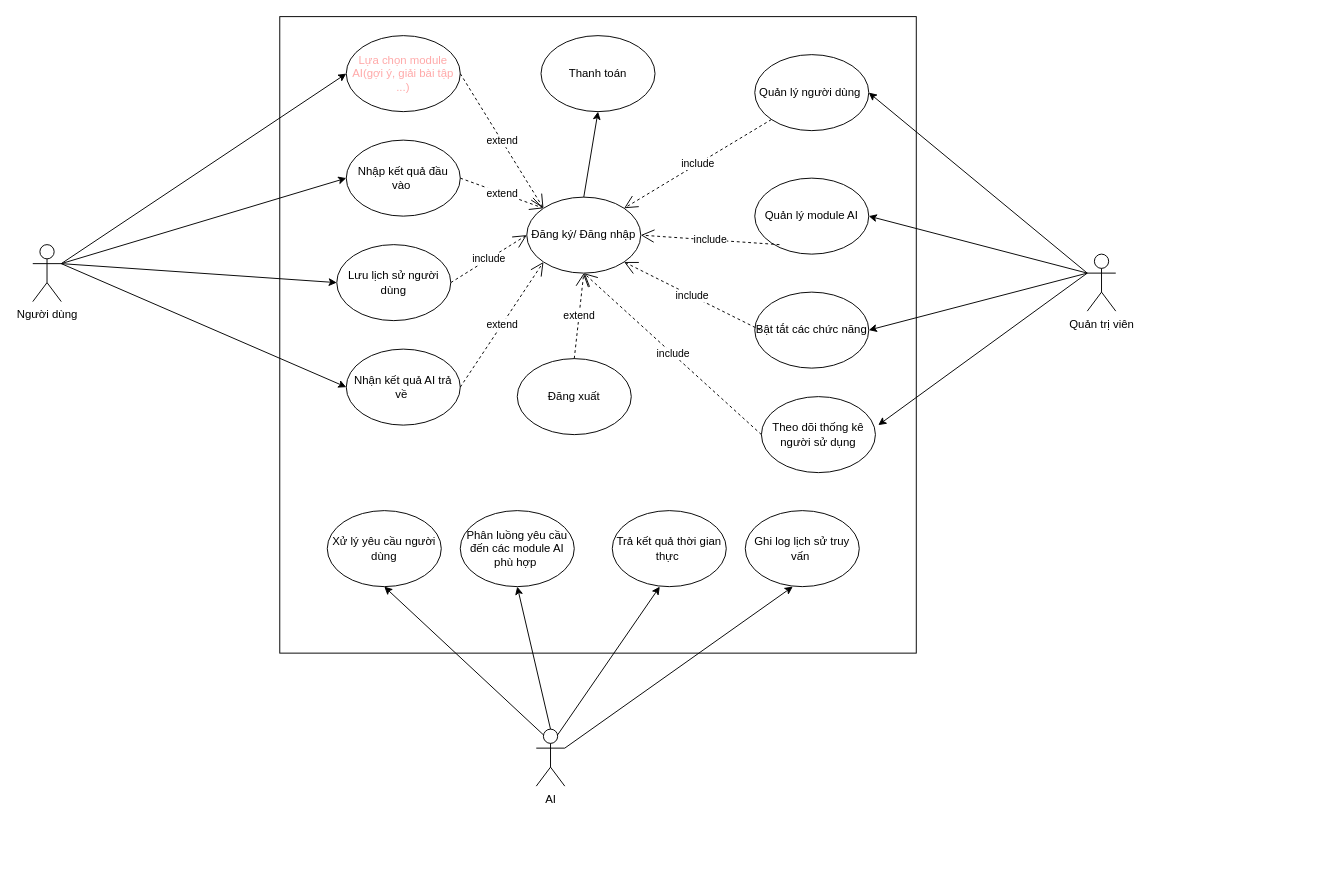
Earlier version of the draw.io diagram Recommendation_System.drawio (sjsjsmsmsj/Recommendation_System). Source tidied: cells renumbered, new cells numbered last; positions are measured from the earlier drawing's top-left corner, leaving out a move shared by most shapes. Both pictures are drawn from the tidied source at 95%, with x=0, y=0 at pixel (32, 16).
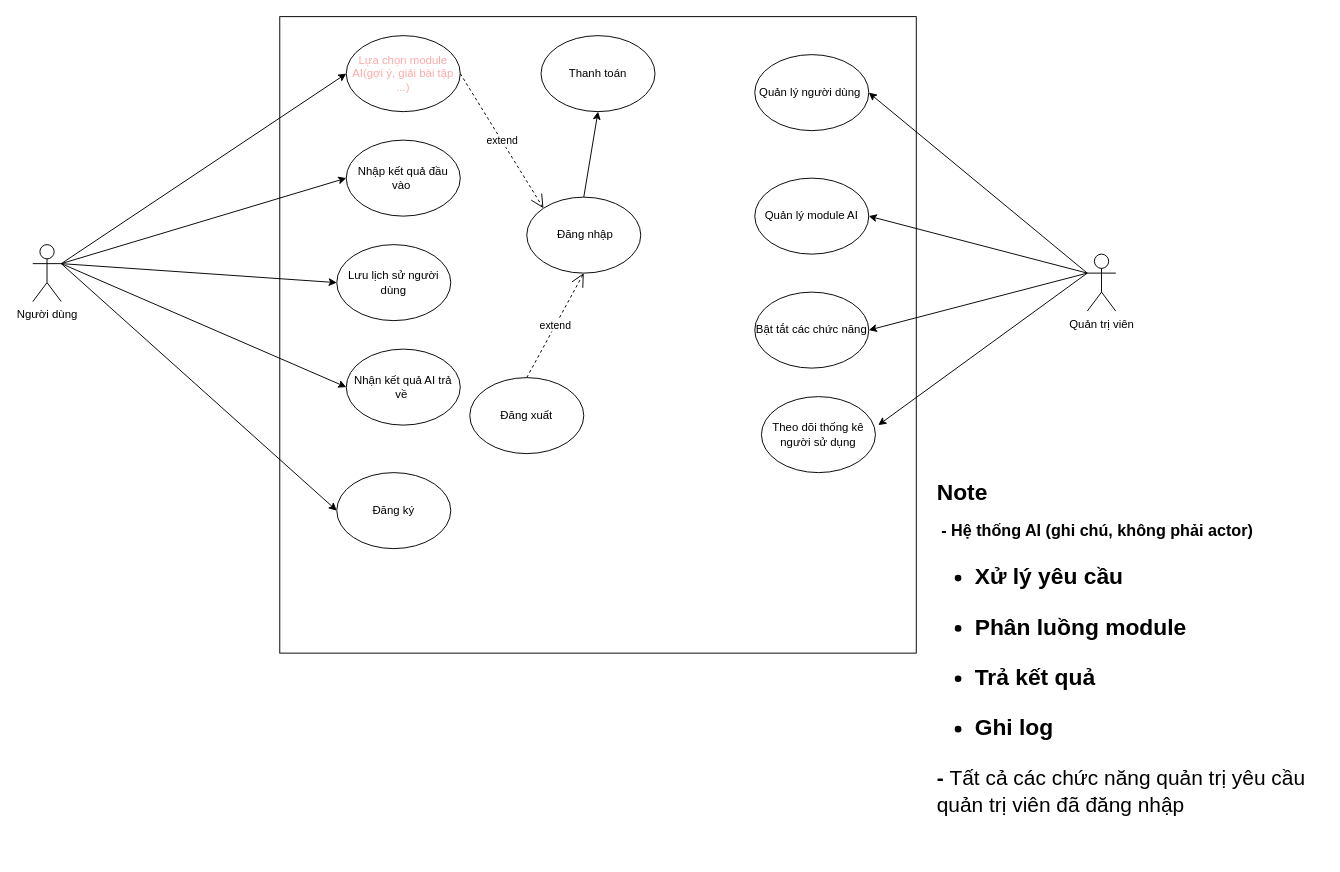
The same page after the edit.

Commit message:
Cập nhật Recommendation_System.drawio

The change refers to these unchanged cells:
```xml
<mxCell id="8" value="Nhập kết quả đầu vào&amp;nbsp;" style="ellipse;whiteSpace=wrap;html=1;" parent="1" vertex="1">
  <mxGeometry x="330" y="130" width="120" height="80" as="geometry" />
</mxCell>
<mxCell id="9" value="Nhận kết quả AI trả về&amp;nbsp;" style="ellipse;whiteSpace=wrap;html=1;" parent="1" vertex="1">
  <mxGeometry x="330" y="350" width="120" height="80" as="geometry" />
</mxCell>
<mxCell id="10" value="Lưu lịch sử người dùng" style="ellipse;whiteSpace=wrap;html=1;" parent="1" vertex="1">
  <mxGeometry x="320" y="240" width="120" height="80" as="geometry" />
</mxCell>
<mxCell id="19" value="Quản lý người dùng&amp;nbsp;" style="ellipse;whiteSpace=wrap;html=1;" parent="1" vertex="1">
  <mxGeometry x="760" y="40" width="120" height="80" as="geometry" />
</mxCell>
<mxCell id="22" value="Theo dõi thống kê người sử dụng" style="ellipse;whiteSpace=wrap;html=1;" parent="1" vertex="1">
  <mxGeometry x="767" y="400" width="120" height="80" as="geometry" />
</mxCell>
```

Change to the diagram source:
```diff
@@
-    <mxCell id="5" value="AI" style="shape=umlActor;verticalLabelPosition=bottom;verticalAlign=top;html=1;outlineConnect=0;" parent="1" vertex="1">
-      <mxGeometry x="530" y="750" width="30" height="60" as="geometry" />
-    </mxCell>
-    <mxCell id="6" value="Đăng ký/ Đăng nhập" style="ellipse;whiteSpace=wrap;html=1;" parent="1" vertex="1">
+    <mxCell id="6" value="&amp;nbsp;Đăng nhập" style="ellipse;whiteSpace=wrap;html=1;" parent="1" vertex="1">
       <mxGeometry x="520" y="190" width="120" height="80" as="geometry" />
     </mxCell>
@@
-    <mxCell id="15" value="include" style="endArrow=open;endSize=12;dashed=1;html=1;rounded=0;exitX=1;exitY=0.5;exitDx=0;exitDy=0;entryX=0;entryY=0.5;entryDx=0;entryDy=0;" parent="1" edge="1" source="10" target="6">
-      <mxGeometry relative="1" as="geometry" />
-    </mxCell>
-    <mxCell id="16" value="extend" style="endArrow=open;endSize=12;dashed=1;html=1;rounded=0;exitX=1;exitY=0.5;exitDx=0;exitDy=0;entryX=0;entryY=0;entryDx=0;entryDy=0;" parent="1" edge="1" source="8" target="6">
-      <mxGeometry relative="1" as="geometry" />
-    </mxCell>
@@
-    <mxCell id="18" value="extend" style="endArrow=open;endSize=12;dashed=1;html=1;rounded=0;exitX=1;exitY=0.5;exitDx=0;exitDy=0;entryX=0;entryY=1;entryDx=0;entryDy=0;" parent="1" edge="1" source="9" target="6">
-      <mxGeometry relative="1" as="geometry" />
-    </mxCell>
@@
+    <mxCell id="39" value="Thanh toán" style="ellipse;whiteSpace=wrap;html=1;" parent="1" vertex="1">
+      <mxGeometry x="535" y="20" width="120" height="80" as="geometry" />
+    </mxCell>
@@
-    <mxCell id="27" value="include" style="endArrow=open;endSize=12;dashed=1;html=1;rounded=0;exitX=0;exitY=1;exitDx=0;exitDy=0;entryX=1;entryY=0;entryDx=0;entryDy=0;" parent="1" edge="1" source="19" target="6">
-      <mxGeometry relative="1" as="geometry" />
-    </mxCell>
-    <mxCell id="28" value="include" style="endArrow=open;endSize=12;dashed=1;html=1;rounded=0;exitX=0;exitY=1;exitDx=0;exitDy=0;entryX=1;entryY=0.5;entryDx=0;entryDy=0;" parent="1" edge="1" target="6">
-      <mxGeometry relative="1" as="geometry">
-        <mxPoint x="786" y="240" as="sourcePoint" />
-      </mxGeometry>
-    </mxCell>
-    <mxCell id="29" value="include" style="endArrow=open;endSize=12;dashed=1;html=1;rounded=0;exitX=0;exitY=1;exitDx=0;exitDy=0;entryX=1;entryY=1;entryDx=0;entryDy=0;" parent="1" edge="1" target="6">
-      <mxGeometry relative="1" as="geometry">
-        <mxPoint x="766" y="330" as="sourcePoint" />
-      </mxGeometry>
-    </mxCell>
-    <mxCell id="30" value="include" style="endArrow=open;endSize=12;dashed=1;html=1;rounded=0;exitX=0;exitY=0.5;exitDx=0;exitDy=0;entryX=0.5;entryY=1;entryDx=0;entryDy=0;" parent="1" edge="1" source="22" target="6">
-      <mxGeometry relative="1" as="geometry" />
-    </mxCell>
-    <mxCell id="31" value="Xử lý yêu cầu người dùng" style="ellipse;whiteSpace=wrap;html=1;" parent="1" vertex="1">
-      <mxGeometry x="310" y="520" width="120" height="80" as="geometry" />
-    </mxCell>
-    <mxCell id="32" value="Phân luồng yêu cầu đến các module AI phù hợp&amp;nbsp;" style="ellipse;whiteSpace=wrap;html=1;" parent="1" vertex="1">
-      <mxGeometry x="450" y="520" width="120" height="80" as="geometry" />
-    </mxCell>
-    <mxCell id="33" value="Trả kết quả thời gian thực&amp;nbsp;" style="ellipse;whiteSpace=wrap;html=1;" parent="1" vertex="1">
-      <mxGeometry x="610" y="520" width="120" height="80" as="geometry" />
-    </mxCell>
-    <mxCell id="34" value="Ghi log lịch sử truy vấn&amp;nbsp;" style="ellipse;whiteSpace=wrap;html=1;" parent="1" vertex="1">
-      <mxGeometry x="750" y="520" width="120" height="80" as="geometry" />
-    </mxCell>
-    <mxCell id="35" style="endArrow=classic;html=1;rounded=0;exitX=0.25;exitY=0.1;exitDx=0;exitDy=0;exitPerimeter=0;entryX=0.5;entryY=1;entryDx=0;entryDy=0;" parent="1" edge="1" source="5" target="31">
-      <mxGeometry relative="1" as="geometry" />
-    </mxCell>
-    <mxCell id="36" style="endArrow=classic;html=1;rounded=0;exitX=0.5;exitY=0;exitDx=0;exitDy=0;exitPerimeter=0;entryX=0.5;entryY=1;entryDx=0;entryDy=0;" parent="1" edge="1" source="5" target="32">
-      <mxGeometry relative="1" as="geometry" />
-    </mxCell>
-    <mxCell id="37" style="endArrow=classic;html=1;rounded=0;exitX=0.75;exitY=0.1;exitDx=0;exitDy=0;exitPerimeter=0;entryX=0.5;entryY=1;entryDx=0;entryDy=0;" parent="1" edge="1" source="5">
-      <mxGeometry relative="1" as="geometry">
-        <mxPoint x="660" y="600" as="targetPoint" />
-      </mxGeometry>
-    </mxCell>
-    <mxCell id="38" style="endArrow=classic;html=1;rounded=0;exitX=1;exitY=0.3333333333333333;exitDx=0;exitDy=0;exitPerimeter=0;entryX=0.5;entryY=1;entryDx=0;entryDy=0;" parent="1" edge="1" source="5">
-      <mxGeometry relative="1" as="geometry">
-        <mxPoint x="800" y="600" as="targetPoint" />
-      </mxGeometry>
-    </mxCell>
-    <mxCell id="39" value="Thanh toán" style="ellipse;whiteSpace=wrap;html=1;" parent="1" vertex="1">
-      <mxGeometry x="535" y="20" width="120" height="80" as="geometry" />
-    </mxCell>
     <mxCell id="40" value="Đăng xuất" style="ellipse;whiteSpace=wrap;html=1;" parent="1" vertex="1">
-      <mxGeometry x="510" y="360" width="120" height="80" as="geometry" />
+      <mxGeometry x="460" y="380" width="120" height="80" as="geometry" />
     </mxCell>
@@
-    <mxCell id="42" value="extend" style="endArrow=open;endSize=12;dashed=1;html=1;rounded=0;exitX=0.5;exitY=0;exitDx=0;exitDy=0;" parent="1" edge="1" source="40">
-      <mxGeometry relative="1" as="geometry">
-        <mxPoint x="580" y="270" as="targetPoint" />
-      </mxGeometry>
+    <mxCell id="42" value="extend" style="endArrow=open;endSize=12;dashed=1;html=1;rounded=0;exitX=0.5;exitY=0;exitDx=0;exitDy=0;entryX=0.5;entryY=1;entryDx=0;entryDy=0;" parent="1" edge="1" source="40" target="6">
+      <mxGeometry relative="1" as="geometry" />
     </mxCell>
+    <mxCell id="43" value="&lt;h1 style=&quot;margin-top: 0px;&quot;&gt;&lt;span style=&quot;background-color: transparent; color: light-dark(rgb(0, 0, 0), rgb(255, 255, 255));&quot;&gt;Note&lt;/span&gt;&lt;/h1&gt;&lt;h3&gt;&lt;font style=&quot;font-size: 17px;&quot;&gt;&amp;nbsp;- Hệ thống AI (ghi chú, không phải actor)&lt;/font&gt;&lt;/h3&gt;&lt;h1 style=&quot;margin-top: 0px;&quot;&gt;&lt;ul&gt;&lt;li&gt;&lt;p&gt;Xử lý yêu cầu&lt;/p&gt;&lt;/li&gt;&lt;li&gt;&lt;p&gt;Phân luồng module&lt;/p&gt;&lt;/li&gt;&lt;li&gt;&lt;p&gt;Trả kết quả&lt;/p&gt;&lt;/li&gt;&lt;li&gt;&lt;p&gt;Ghi log&lt;/p&gt;&lt;/li&gt;&lt;/ul&gt;&lt;div&gt;&lt;font style=&quot;font-size: 22px;&quot;&gt;-&amp;nbsp;&lt;span style=&quot;background-color: transparent; color: light-dark(rgb(0, 0, 0), rgb(255, 255, 255)); font-weight: normal;&quot;&gt;Tất cả các chức năng quản trị yêu cầu quản trị viên đã đăng nhập&lt;/span&gt;&lt;/font&gt;&lt;/div&gt;&lt;ul&gt;&lt;br&gt;&lt;/ul&gt;&lt;br&gt;&lt;p&gt;&lt;/p&gt;&lt;/h1&gt;" style="text;html=1;whiteSpace=wrap;overflow=hidden;rounded=0;" parent="1" vertex="1">
+      <mxGeometry x="950" y="480" width="410" height="400" as="geometry" />
+    </mxCell>
+    <mxCell id="44" value="Đăng ký" style="ellipse;whiteSpace=wrap;html=1;" parent="1" vertex="1">
+      <mxGeometry x="320" y="480" width="120" height="80" as="geometry" />
+    </mxCell>
+    <mxCell id="45" style="endArrow=classic;html=1;rounded=0;entryX=0;entryY=0.5;entryDx=0;entryDy=0;" parent="1" edge="1" target="44">
+      <mxGeometry relative="1" as="geometry">
+        <mxPoint x="30" y="260" as="sourcePoint" />
+      </mxGeometry>
+    </mxCell>
```
